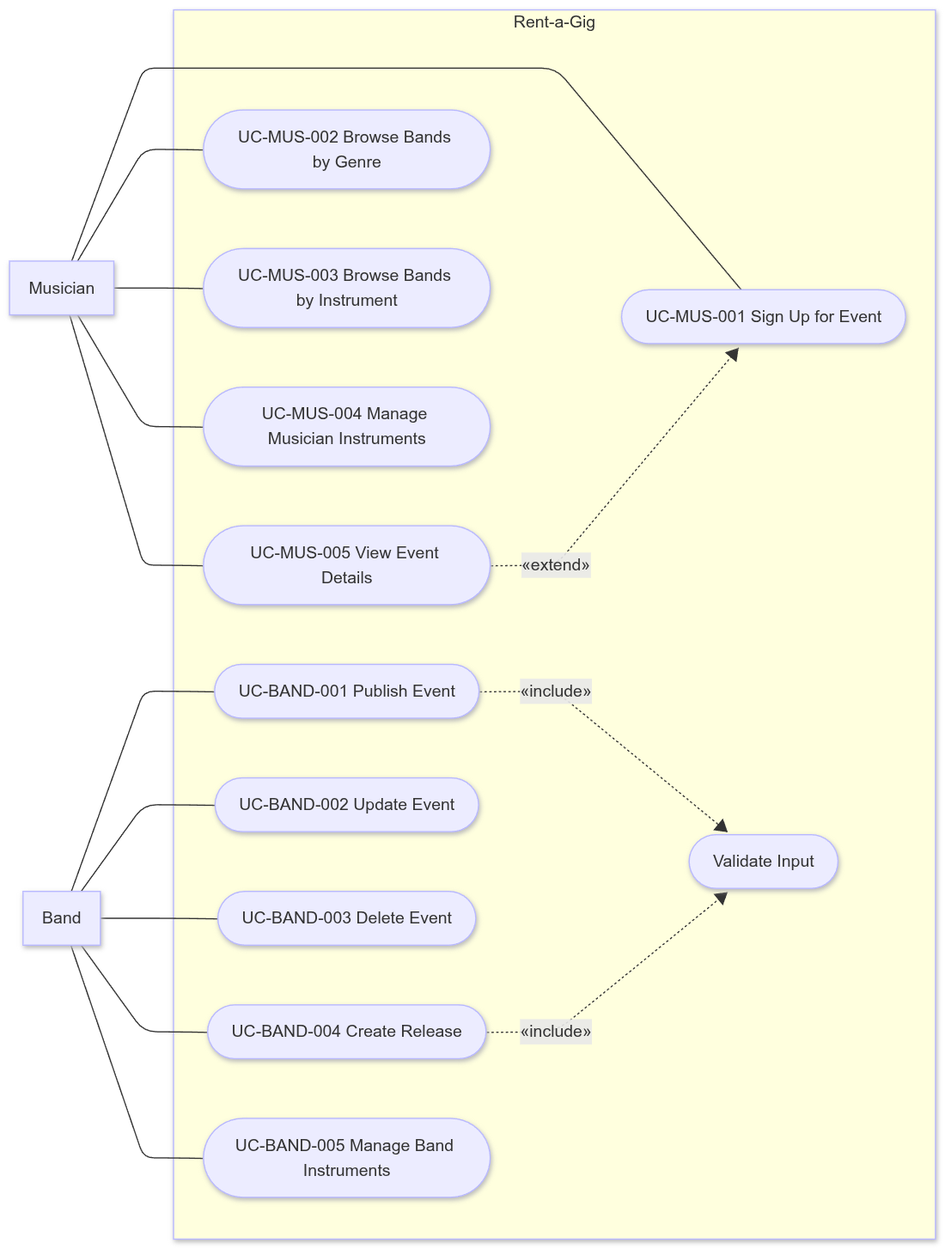
The Mermaid diagram 2-use-case/useCase.png in therealsunfl0wer/SMRA-labs, before a commit. Its source is kept beside it as 2-use-case/useCase.mmd. The source it was exported from:
```mermaid
flowchart LR
  Musician["Musician"]
  Band["Band"]

  subgraph RentAGig["Rent-a-Gig"]
    UC_BAND_001(["UC-BAND-001 Publish Event"])
    UC_BAND_002(["UC-BAND-002 Update Event"])
    UC_BAND_003(["UC-BAND-003 Delete Event"])
    UC_BAND_004(["UC-BAND-004 Create Release"])
    UC_BAND_005(["UC-BAND-005 Manage Band Instruments"])

    UC_MUS_001(["UC-MUS-001 Sign Up for Event"])
    UC_MUS_002(["UC-MUS-002 Browse Bands by Genre"])
    UC_MUS_003(["UC-MUS-003 Browse Bands by Instrument"])
    UC_MUS_004(["UC-MUS-004 Manage Musician Instruments"])
    UC_MUS_005(["UC-MUS-005 View Event Details"])

    ValidateInput(["Validate Input"])
  end

  Band --- UC_BAND_001
  Band --- UC_BAND_002
  Band --- UC_BAND_003
  Band --- UC_BAND_004
  Band --- UC_BAND_005

  Musician --- UC_MUS_001
  Musician --- UC_MUS_002
  Musician --- UC_MUS_003
  Musician --- UC_MUS_004
  Musician --- UC_MUS_005

  UC_BAND_001 -.->|"«include»"| ValidateInput
  UC_BAND_004 -.->|"«include»"| ValidateInput

  UC_MUS_005 -.->|"«extend»"| UC_MUS_001
```
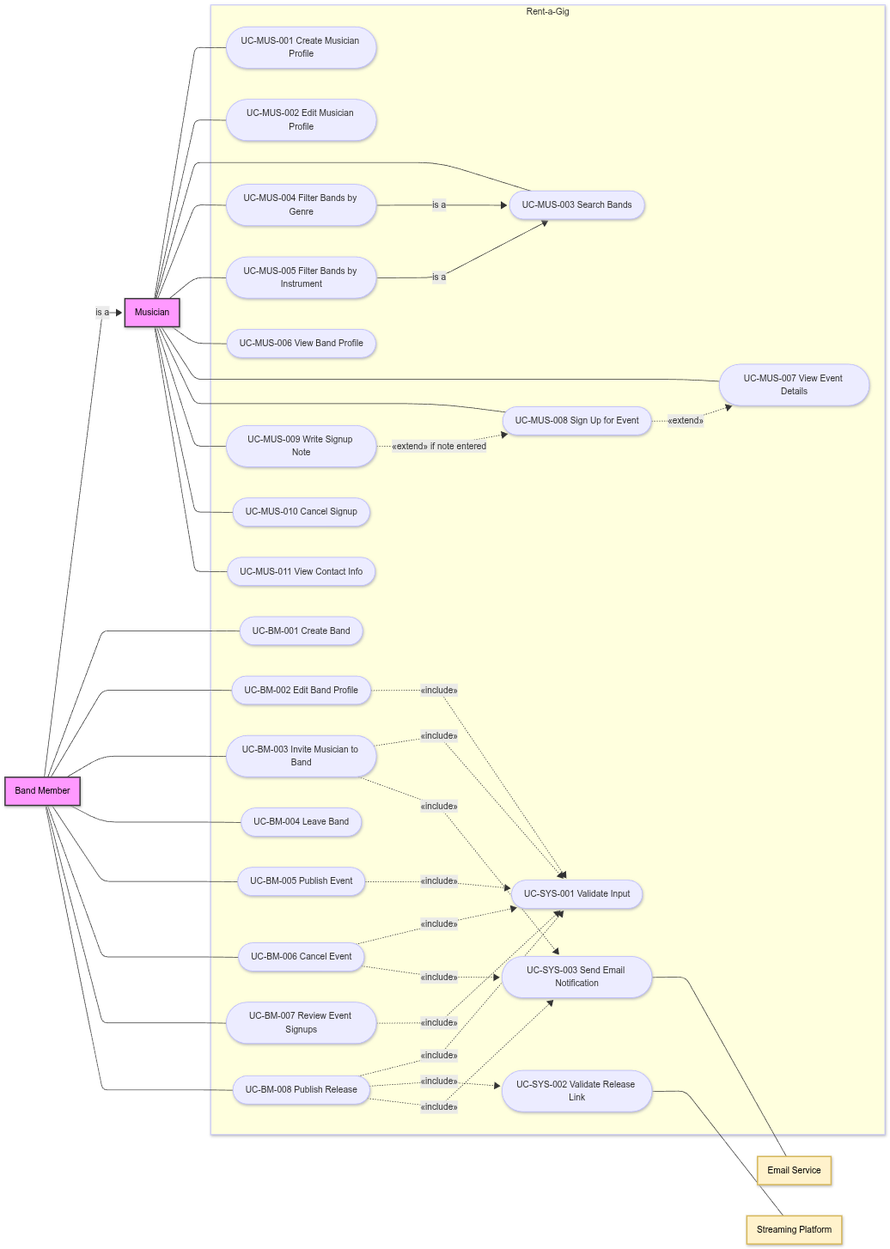
After the commit.

Change to the diagram source:
```diff
@@ -1,36 +1,79 @@
 flowchart LR
-  Musician["Musician"]
-  Band["Band"]
+  Musician["Musician"]:::actor
+  BandMember["Band Member"]:::actor
+  EmailService["Email Service"]:::external
+  StreamingPlatform["Streaming Platform"]:::external
+
+  BandMember -->|"is a"| Musician
 
   subgraph RentAGig["Rent-a-Gig"]
-    UC_BAND_001(["UC-BAND-001 Publish Event"])
-    UC_BAND_002(["UC-BAND-002 Update Event"])
-    UC_BAND_003(["UC-BAND-003 Delete Event"])
-    UC_BAND_004(["UC-BAND-004 Create Release"])
-    UC_BAND_005(["UC-BAND-005 Manage Band Instruments"])
+    UC_MUS_001(["UC-MUS-001 Create Musician Profile"])
+    UC_MUS_002(["UC-MUS-002 Edit Musician Profile"])
+    UC_MUS_003(["UC-MUS-003 Search Bands"])
+    UC_MUS_004(["UC-MUS-004 Filter Bands by Genre"])
+    UC_MUS_005(["UC-MUS-005 Filter Bands by Instrument"])
+    UC_MUS_006(["UC-MUS-006 View Band Profile"])
+    UC_MUS_007(["UC-MUS-007 View Event Details"])
+    UC_MUS_008(["UC-MUS-008 Sign Up for Event"])
+    UC_MUS_009(["UC-MUS-009 Write Signup Note"])
+    UC_MUS_010(["UC-MUS-010 Cancel Signup"])
+    UC_MUS_011(["UC-MUS-011 View Contact Info"])
 
-    UC_MUS_001(["UC-MUS-001 Sign Up for Event"])
-    UC_MUS_002(["UC-MUS-002 Browse Bands by Genre"])
-    UC_MUS_003(["UC-MUS-003 Browse Bands by Instrument"])
-    UC_MUS_004(["UC-MUS-004 Manage Musician Instruments"])
-    UC_MUS_005(["UC-MUS-005 View Event Details"])
+    UC_BM_001(["UC-BM-001 Create Band"])
+    UC_BM_002(["UC-BM-002 Edit Band Profile"])
+    UC_BM_003(["UC-BM-003 Invite Musician to Band"])
+    UC_BM_004(["UC-BM-004 Leave Band"])
+    UC_BM_005(["UC-BM-005 Publish Event"])
+    UC_BM_006(["UC-BM-006 Cancel Event"])
+    UC_BM_007(["UC-BM-007 Review Event Signups"])
+    UC_BM_008(["UC-BM-008 Publish Release"])
 
-    ValidateInput(["Validate Input"])
+    UC_SYS_001(["UC-SYS-001 Validate Input"])
+    UC_SYS_002(["UC-SYS-002 Validate Release Link"])
+    UC_SYS_003(["UC-SYS-003 Send Email Notification"])
   end
-
-  Band --- UC_BAND_001
-  Band --- UC_BAND_002
-  Band --- UC_BAND_003
-  Band --- UC_BAND_004
-  Band --- UC_BAND_005
 
   Musician --- UC_MUS_001
   Musician --- UC_MUS_002
   Musician --- UC_MUS_003
   Musician --- UC_MUS_004
   Musician --- UC_MUS_005
+  Musician --- UC_MUS_006
+  Musician --- UC_MUS_007
+  Musician --- UC_MUS_008
+  Musician --- UC_MUS_009
+  Musician --- UC_MUS_010
+  Musician --- UC_MUS_011
 
-  UC_BAND_001 -.->|"«include»"| ValidateInput
-  UC_BAND_004 -.->|"«include»"| ValidateInput
+  BandMember --- UC_BM_001
+  BandMember --- UC_BM_002
+  BandMember --- UC_BM_003
+  BandMember --- UC_BM_004
+  BandMember --- UC_BM_005
+  BandMember --- UC_BM_006
+  BandMember --- UC_BM_007
+  BandMember --- UC_BM_008
 
-  UC_MUS_005 -.->|"«extend»"| UC_MUS_001
+  UC_MUS_004 -->|"is a"| UC_MUS_003
+  UC_MUS_005 -->|"is a"| UC_MUS_003
+
+  UC_BM_002 -.->|"«include»"| UC_SYS_001
+  UC_BM_003 -.->|"«include»"| UC_SYS_001
+  UC_BM_005 -.->|"«include»"| UC_SYS_001
+  UC_BM_006 -.->|"«include»"| UC_SYS_001
+  UC_BM_007 -.->|"«include»"| UC_SYS_001
+  UC_BM_008 -.->|"«include»"| UC_SYS_001
+  UC_BM_003 -.->|"«include»"| UC_SYS_003
+  UC_BM_006 -.->|"«include»"| UC_SYS_003
+  UC_BM_008 -.->|"«include»"| UC_SYS_002
+  UC_BM_008 -.->|"«include»"| UC_SYS_003
+
+  UC_MUS_008 -.->|"«extend»"| UC_MUS_007
+  UC_MUS_009 -.->|"«extend» if note entered"| UC_MUS_008
+
+  UC_SYS_003 --- EmailService
+  UC_SYS_002 --- StreamingPlatform
+
+  classDef actor fill:#f9f,stroke:#333,stroke-width:2px,color:#000
+  classDef usecase fill:#e6f7ff,stroke:#46b8da,stroke-width:2px,color:#000
+  classDef external fill:#fff2cc,stroke:#d6b656,stroke-width:2px,color:#000
```
